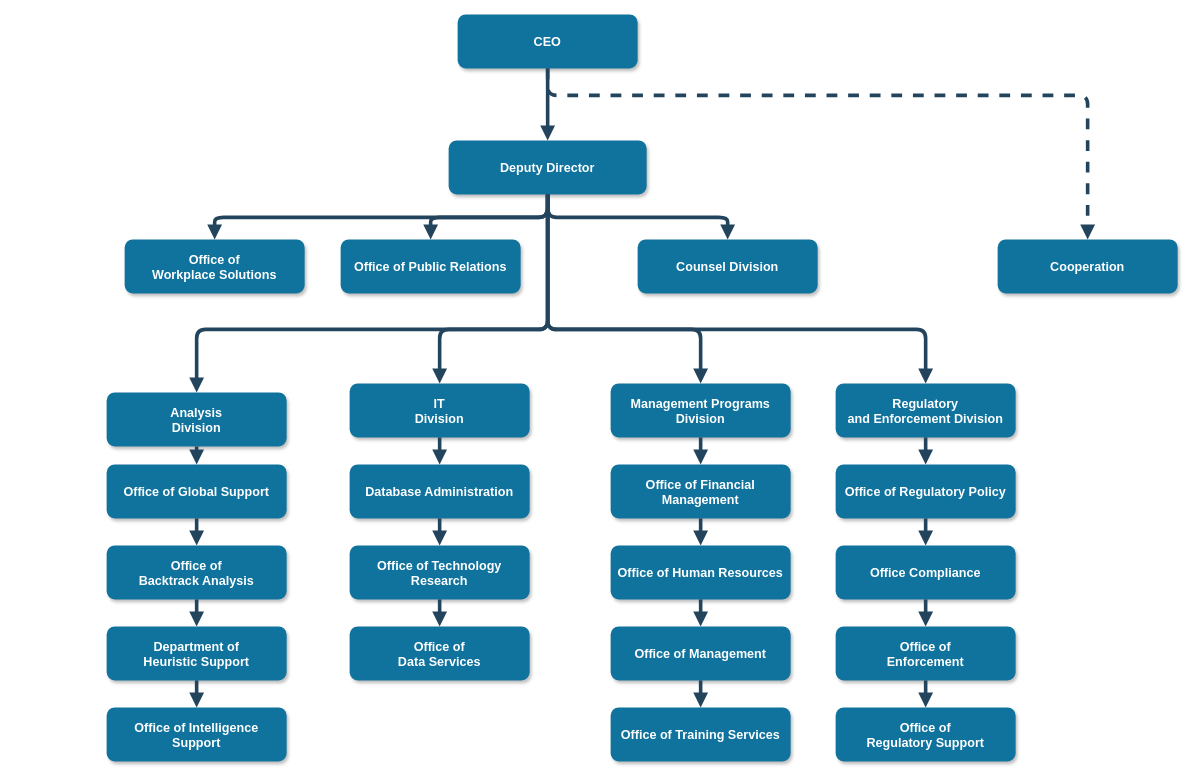
This is wbs.drawio from sac11221/mercuriouda, a draw.io file, before an edit. Source tidied: cells renumbered, new cells numbered last; positions are measured from the earlier drawing's top-left corner, leaving out a move shared by most shapes. Both pictures are drawn from the tidied source at 90%, with x=0, y=0 at pixel (106, 14).
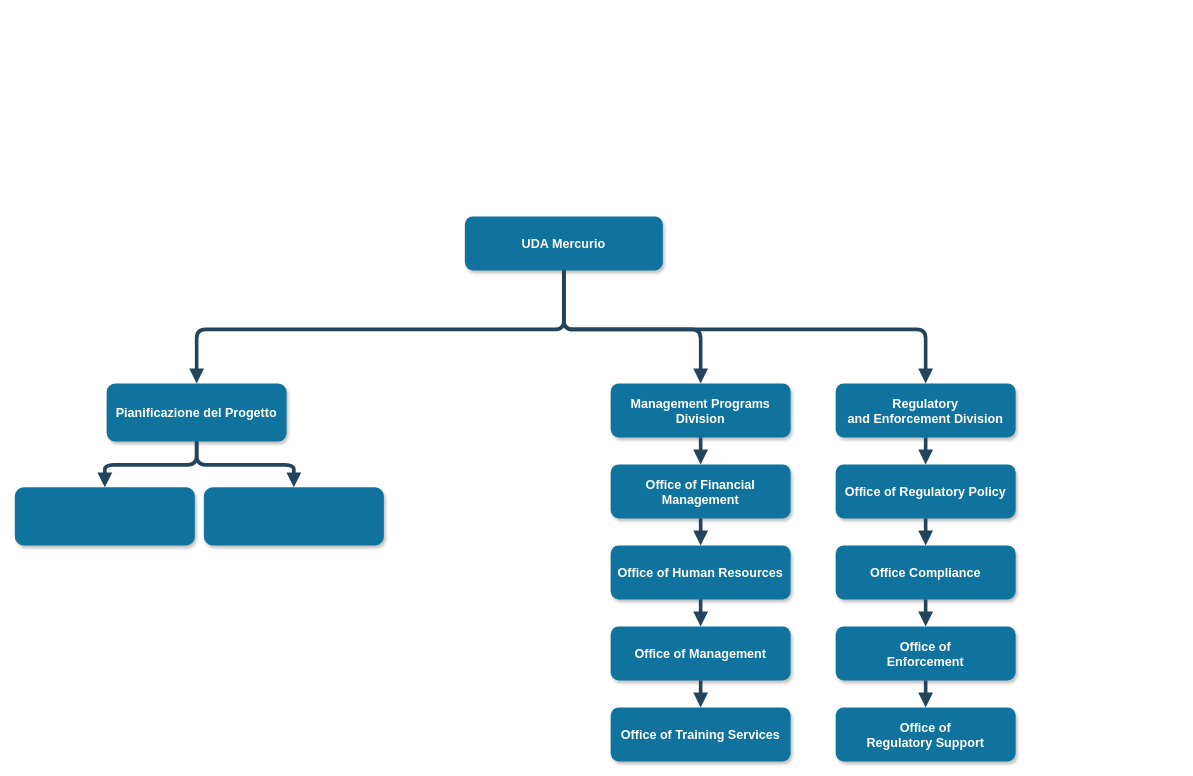
The same page after the edit.

Diff of the diagram source:
```diff
@@
-    <mxCell id="2" value="CEO" style="rounded=1;fillColor=#10739E;strokeColor=none;shadow=1;gradientColor=none;fontStyle=1;fontColor=#FFFFFF;fontSize=14;" parent="1" vertex="1">
-      <mxGeometry x="390" y="-0.5" width="200" height="60" as="geometry" />
-    </mxCell>
-    <mxCell id="3" value="Deputy Director" style="rounded=1;fillColor=#10739E;strokeColor=none;shadow=1;gradientColor=none;fontStyle=1;fontColor=#FFFFFF;fontSize=14;" parent="1" vertex="1">
-      <mxGeometry x="380" y="139.5" width="220" height="60" as="geometry" />
+    <mxCell id="3" value="UDA Mercurio" style="rounded=1;fillColor=#10739E;strokeColor=none;shadow=1;gradientColor=none;fontStyle=1;fontColor=#FFFFFF;fontSize=14;" parent="1" vertex="1">
+      <mxGeometry x="398" y="224" width="220" height="60" as="geometry" />
     </mxCell>
-    <mxCell id="4" value="Office of &#10;Workplace Solutions" style="rounded=1;fillColor=#10739E;strokeColor=none;shadow=1;gradientColor=none;fontStyle=1;fontColor=#FFFFFF;fontSize=14;" parent="1" vertex="1">
-      <mxGeometry x="20" y="249.5" width="200" height="60" as="geometry" />
-    </mxCell>
-    <mxCell id="5" value="Office of Public Relations" style="rounded=1;fillColor=#10739E;strokeColor=none;shadow=1;gradientColor=none;fontStyle=1;fontColor=#FFFFFF;fontSize=14;" parent="1" vertex="1">
-      <mxGeometry x="260" y="249.5" width="200" height="60" as="geometry" />
-    </mxCell>
-    <mxCell id="6" value="Counsel Division" style="rounded=1;fillColor=#10739E;strokeColor=none;shadow=1;gradientColor=none;fontStyle=1;fontColor=#FFFFFF;fontSize=14;" parent="1" vertex="1">
-      <mxGeometry x="590" y="249.5" width="200" height="60" as="geometry" />
-    </mxCell>
-    <mxCell id="7" value="Cooperation" style="rounded=1;fillColor=#10739E;strokeColor=none;shadow=1;gradientColor=none;fontStyle=1;fontColor=#FFFFFF;fontSize=14;" parent="1" vertex="1">
-      <mxGeometry x="990" y="249.5" width="200" height="60" as="geometry" />
-    </mxCell>
-    <mxCell id="8" value="Analysis &#10;Division" style="rounded=1;fillColor=#10739E;strokeColor=none;shadow=1;gradientColor=none;fontStyle=1;fontColor=#FFFFFF;fontSize=14;" parent="1" vertex="1">
-      <mxGeometry y="419.5" width="200" height="60" as="geometry" />
+    <mxCell id="8" value="Pianificazione del Progetto" style="rounded=1;fillColor=#10739E;strokeColor=none;shadow=1;gradientColor=none;fontStyle=1;fontColor=#FFFFFF;fontSize=14;" parent="1" vertex="1">
+      <mxGeometry y="409.5" width="200" height="64.5" as="geometry" />
     </mxCell>
-    <mxCell id="9" value="Office of Global Support" style="rounded=1;fillColor=#10739E;strokeColor=none;shadow=1;gradientColor=none;fontStyle=1;fontColor=#FFFFFF;fontSize=14;" parent="1" vertex="1">
-      <mxGeometry y="499.5" width="200" height="60" as="geometry" />
-    </mxCell>
-    <mxCell id="10" value="Office of &#10;Backtrack Analysis" style="rounded=1;fillColor=#10739E;strokeColor=none;shadow=1;gradientColor=none;fontStyle=1;fontColor=#FFFFFF;fontSize=14;" parent="1" vertex="1">
-      <mxGeometry y="589.5" width="200" height="60" as="geometry" />
-    </mxCell>
-    <mxCell id="11" value="Department of &#10;Heuristic Support" style="rounded=1;fillColor=#10739E;strokeColor=none;shadow=1;gradientColor=none;fontStyle=1;fontColor=#FFFFFF;fontSize=14;" parent="1" vertex="1">
-      <mxGeometry y="679.5" width="200" height="60" as="geometry" />
-    </mxCell>
-    <mxCell id="12" value="Office of Intelligence &#10;Support" style="rounded=1;fillColor=#10739E;strokeColor=none;shadow=1;gradientColor=none;fontStyle=1;fontColor=#FFFFFF;fontSize=14;" parent="1" vertex="1">
-      <mxGeometry y="769.5" width="200" height="60" as="geometry" />
-    </mxCell>
-    <mxCell id="13" value="IT&#10;Division" style="rounded=1;fillColor=#10739E;strokeColor=none;shadow=1;gradientColor=none;fontStyle=1;fontColor=#FFFFFF;fontSize=14;" parent="1" vertex="1">
-      <mxGeometry x="270" y="409.5" width="200" height="60" as="geometry" />
-    </mxCell>
-    <mxCell id="14" value="Database Administration" style="rounded=1;fillColor=#10739E;strokeColor=none;shadow=1;gradientColor=none;fontStyle=1;fontColor=#FFFFFF;fontSize=14;" parent="1" vertex="1">
-      <mxGeometry x="270" y="499.5" width="200" height="60" as="geometry" />
-    </mxCell>
-    <mxCell id="15" value="Office of Technology &#10;Research" style="rounded=1;fillColor=#10739E;strokeColor=none;shadow=1;gradientColor=none;fontStyle=1;fontColor=#FFFFFF;fontSize=14;" parent="1" vertex="1">
-      <mxGeometry x="270" y="589.5" width="200" height="60" as="geometry" />
-    </mxCell>
-    <mxCell id="16" value="Office of&#10;Data Services" style="rounded=1;fillColor=#10739E;strokeColor=none;shadow=1;gradientColor=none;fontStyle=1;fontColor=#FFFFFF;fontSize=14;" parent="1" vertex="1">
-      <mxGeometry x="270" y="679.5" width="200" height="60" as="geometry" />
-    </mxCell>
@@
-    <mxCell id="27" style="edgeStyle=elbowEdgeStyle;elbow=vertical;strokeWidth=4;endArrow=block;endFill=1;fontStyle=1;strokeColor=#23445D;" parent="1" edge="1" source="2" target="3">
-      <mxGeometry x="22" y="165.5" as="geometry" />
-    </mxCell>
-    <mxCell id="28" style="edgeStyle=elbowEdgeStyle;elbow=vertical;strokeWidth=4;endArrow=block;endFill=1;fontStyle=1;strokeColor=#23445D;" parent="1" edge="1" source="3" target="5">
-      <mxGeometry x="22" y="165.5" as="geometry" />
-    </mxCell>
-    <mxCell id="29" style="edgeStyle=elbowEdgeStyle;elbow=vertical;strokeWidth=4;endArrow=block;endFill=1;fontStyle=1;strokeColor=#23445D;" parent="1" edge="1" source="3" target="4">
-      <mxGeometry x="22" y="165.5" as="geometry" />
-    </mxCell>
-    <mxCell id="30" style="edgeStyle=elbowEdgeStyle;elbow=vertical;strokeWidth=4;endArrow=block;endFill=1;fontStyle=1;strokeColor=#23445D;" parent="1" edge="1" source="3" target="6">
-      <mxGeometry x="22" y="165.5" as="geometry" />
-    </mxCell>
-    <mxCell id="31" style="edgeStyle=elbowEdgeStyle;elbow=vertical;strokeWidth=4;endArrow=block;endFill=1;fontStyle=1;dashed=1;strokeColor=#23445D;" parent="1" edge="1" source="2" target="7">
-      <mxGeometry x="22" y="165.5" as="geometry">
-        <Array as="points">
-          <mxPoint x="780" y="89.5" />
-        </Array>
-      </mxGeometry>
-    </mxCell>
@@
-    <mxCell id="34" style="edgeStyle=elbowEdgeStyle;elbow=vertical;strokeWidth=4;endArrow=block;endFill=1;fontStyle=1;strokeColor=#23445D;" parent="1" edge="1" source="8" target="9">
-      <mxGeometry x="62" y="165.5" as="geometry" />
-    </mxCell>
-    <mxCell id="35" style="edgeStyle=elbowEdgeStyle;elbow=vertical;strokeWidth=4;endArrow=block;endFill=1;fontStyle=1;strokeColor=#23445D;" parent="1" edge="1" source="9" target="10">
-      <mxGeometry x="62" y="175.5" as="geometry" />
-    </mxCell>
-    <mxCell id="36" style="edgeStyle=elbowEdgeStyle;elbow=vertical;strokeWidth=4;endArrow=block;endFill=1;fontStyle=1;strokeColor=#23445D;" parent="1" edge="1" source="10" target="11">
-      <mxGeometry x="62" y="185.5" as="geometry" />
-    </mxCell>
-    <mxCell id="37" style="edgeStyle=elbowEdgeStyle;elbow=vertical;strokeWidth=4;endArrow=block;endFill=1;fontStyle=1;strokeColor=#23445D;" parent="1" edge="1" source="11" target="12">
-      <mxGeometry x="62" y="195.5" as="geometry" />
-    </mxCell>
-    <mxCell id="38" style="edgeStyle=elbowEdgeStyle;elbow=vertical;strokeWidth=4;endArrow=block;endFill=1;fontStyle=1;strokeColor=#23445D;" parent="1" edge="1" source="13" target="14">
-      <mxGeometry x="62" y="165.5" as="geometry" />
-    </mxCell>
-    <mxCell id="39" style="edgeStyle=elbowEdgeStyle;elbow=vertical;strokeWidth=4;endArrow=block;endFill=1;fontStyle=1;strokeColor=#23445D;" parent="1" edge="1" source="14" target="15">
-      <mxGeometry x="62" y="175.5" as="geometry" />
-    </mxCell>
-    <mxCell id="40" style="edgeStyle=elbowEdgeStyle;elbow=vertical;strokeWidth=4;endArrow=block;endFill=1;fontStyle=1;strokeColor=#23445D;" parent="1" edge="1" source="15" target="16">
-      <mxGeometry x="62" y="185.5" as="geometry" />
-    </mxCell>
@@
-    <mxCell id="49" style="edgeStyle=elbowEdgeStyle;elbow=vertical;strokeWidth=4;endArrow=block;endFill=1;fontStyle=1;strokeColor=#23445D;" parent="1" edge="1" source="3" target="13">
-      <mxGeometry x="22" y="165.5" as="geometry">
-        <Array as="points">
-          <mxPoint x="370" y="349.5" />
-        </Array>
-      </mxGeometry>
-    </mxCell>
@@
+    <mxCell id="51" style="edgeStyle=elbowEdgeStyle;elbow=vertical;strokeWidth=4;endArrow=block;endFill=1;fontStyle=1;strokeColor=#23445D;exitX=0.5;exitY=1;exitDx=0;exitDy=0;entryX=0.5;entryY=0;entryDx=0;entryDy=0;" parent="1" edge="1" source="8" target="52">
+      <mxGeometry x="62" y="165.5" as="geometry" />
+    </mxCell>
+    <mxCell id="52" style="rounded=1;fillColor=#10739E;strokeColor=none;shadow=1;gradientColor=none;fontStyle=1;fontColor=#FFFFFF;fontSize=14;" parent="1" vertex="1">
+      <mxGeometry x="-102" y="525" width="200" height="64.5" as="geometry" />
+    </mxCell>
+    <mxCell id="53" style="edgeStyle=elbowEdgeStyle;elbow=vertical;strokeWidth=4;endArrow=block;endFill=1;fontStyle=1;strokeColor=#23445D;exitX=0.5;exitY=1;exitDx=0;exitDy=0;entryX=0.5;entryY=0;entryDx=0;entryDy=0;" parent="1" edge="1" source="8" target="54">
+      <mxGeometry x="62" y="165.5" as="geometry" />
+    </mxCell>
+    <mxCell id="54" style="rounded=1;fillColor=#10739E;strokeColor=none;shadow=1;gradientColor=none;fontStyle=1;fontColor=#FFFFFF;fontSize=14;" parent="1" vertex="1">
+      <mxGeometry x="108" y="525" width="200" height="64.5" as="geometry" />
+    </mxCell>
```
